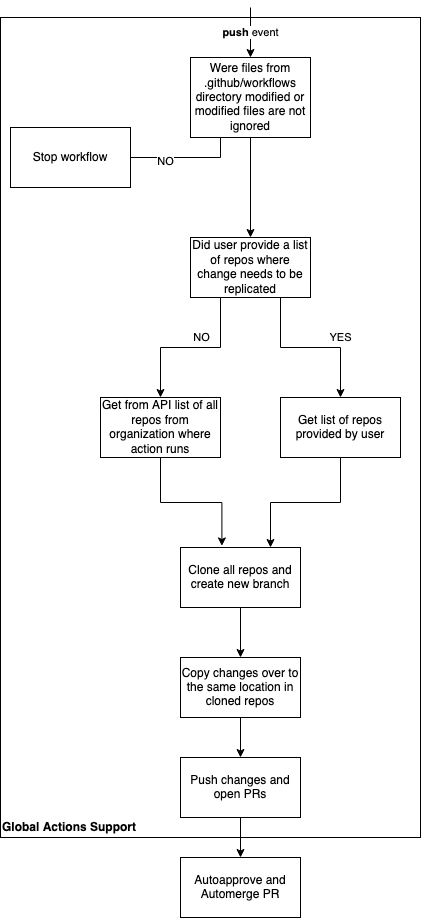
Earlier version of the draw.io export diagram.png (derberg/manage-files-in-multiple-repositories). Source tidied: cells renumbered, new cells last; positions are measured from the earlier drawing's top-left corner, leaving out a move shared by most shapes.
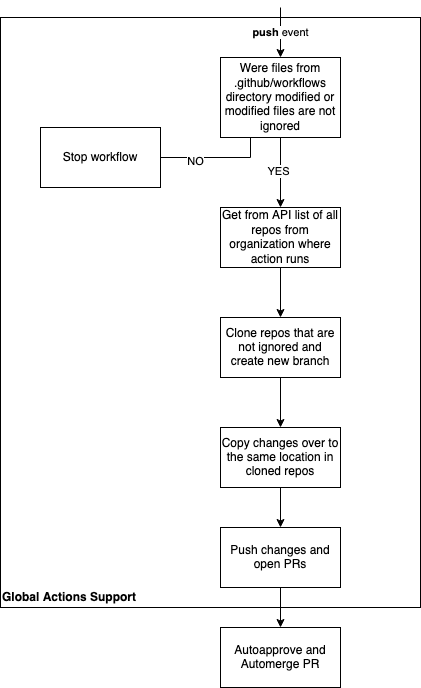
After the commit.

Commit message:
feat: add support for list of repos that should be ignored

Change to the diagram source:
```diff
@@ -21,71 +21,49 @@
     <mxCell id="5" value="NO" style="edgeLabel;html=1;align=center;verticalAlign=middle;" parent="4" vertex="1">
       <mxGeometry x="0.27" y="3" relative="1" as="geometry" />
     </mxCell>
-    <mxCell id="6" style="edgeStyle=orthogonalEdgeStyle;rounded=0;jettySize=auto;html=1;entryX=0.5;entryY=0;entryDx=0;entryDy=0;" parent="1" edge="1" source="7" target="13">
+    <mxCell id="6" style="edgeStyle=orthogonalEdgeStyle;rounded=0;jettySize=auto;html=1;entryX=0.5;entryY=0;entryDx=0;entryDy=0;" parent="1" edge="1" source="7" target="15">
       <mxGeometry relative="1" as="geometry" />
     </mxCell>
+    <mxCell id="12" value="YES" style="edgeLabel;html=1;align=center;verticalAlign=middle;" parent="6" vertex="1">
+      <mxGeometry x="-0.06" y="-3" relative="1" as="geometry" />
+    </mxCell>
     <mxCell id="7" value="Were files from .github/workflows directory modified or modified files are not ignored" style="rounded=0;whiteSpace=wrap;html=1;" parent="1" vertex="1">
       <mxGeometry x="190" y="50" width="120" height="80" as="geometry" />
     </mxCell>
     <mxCell id="8" value="Stop workflow" style="rounded=0;whiteSpace=wrap;html=1;" parent="1" vertex="1">
       <mxGeometry x="10" y="120" width="120" height="60" as="geometry" />
     </mxCell>
-    <mxCell id="9" style="edgeStyle=orthogonalEdgeStyle;rounded=0;jettySize=auto;html=1;exitX=0.25;exitY=1;exitDx=0;exitDy=0;entryX=0.5;entryY=0;entryDx=0;entryDy=0;" parent="1" edge="1" source="13" target="15">
-      <mxGeometry relative="1" as="geometry" />
-    </mxCell>
-    <mxCell id="10" value="NO" style="edgeLabel;html=1;align=center;verticalAlign=middle;" parent="9" vertex="1">
-      <mxGeometry x="-0.37" y="-10" relative="1" as="geometry">
-        <mxPoint x="-19.5" y="-0.1" as="offset" />
-      </mxGeometry>
-    </mxCell>
-    <mxCell id="11" style="edgeStyle=orthogonalEdgeStyle;rounded=0;jettySize=auto;html=1;exitX=0.75;exitY=1;exitDx=0;exitDy=0;entryX=0.5;entryY=0;entryDx=0;entryDy=0;" parent="1" edge="1" source="13" target="17">
-      <mxGeometry relative="1" as="geometry" />
-    </mxCell>
-    <mxCell id="12" value="YES" style="edgeLabel;html=1;align=center;verticalAlign=middle;" parent="11" vertex="1">
-      <mxGeometry x="0.35" y="2" relative="1" as="geometry">
-        <mxPoint x="1.8" y="-8.1" as="offset" />
-      </mxGeometry>
-    </mxCell>
-    <mxCell id="13" value="Did user provide a list of repos where change needs to be replicated" style="rounded=0;whiteSpace=wrap;html=1;" parent="1" vertex="1">
-      <mxGeometry x="190" y="230" width="120" height="60" as="geometry" />
-    </mxCell>
-    <mxCell id="14" style="edgeStyle=orthogonalEdgeStyle;rounded=0;jettySize=auto;html=1;exitX=0.5;exitY=1;exitDx=0;exitDy=0;entryX=0.345;entryY=-0.026;entryDx=0;entryDy=0;entryPerimeter=0;" parent="1" edge="1" source="15" target="18">
+    <mxCell id="14" style="edgeStyle=orthogonalEdgeStyle;rounded=0;jettySize=auto;html=1;exitX=0.5;exitY=1;exitDx=0;exitDy=0;entryX=0.5;entryY=0;entryDx=0;entryDy=0;" parent="1" edge="1" source="15" target="18">
       <mxGeometry relative="1" as="geometry" />
     </mxCell>
     <mxCell id="15" value="Get from API list of all repos from organization where action runs" style="rounded=0;whiteSpace=wrap;html=1;" parent="1" vertex="1">
-      <mxGeometry x="100" y="390" width="120" height="60" as="geometry" />
+      <mxGeometry x="190" y="200" width="120" height="60" as="geometry" />
     </mxCell>
-    <mxCell id="16" style="edgeStyle=orthogonalEdgeStyle;rounded=0;jettySize=auto;html=1;exitX=0.5;exitY=1;exitDx=0;exitDy=0;entryX=0.75;entryY=0;entryDx=0;entryDy=0;" parent="1" edge="1" source="17" target="18">
-      <mxGeometry relative="1" as="geometry" />
-    </mxCell>
-    <mxCell id="17" value="Get list of repos provided by user" style="rounded=0;whiteSpace=wrap;html=1;" parent="1" vertex="1">
-      <mxGeometry x="280" y="390" width="120" height="60" as="geometry" />
-    </mxCell>
-    <mxCell id="18" value="Clone all repos and create new branch" style="rounded=0;whiteSpace=wrap;html=1;" parent="1" vertex="1">
-      <mxGeometry x="180" y="540" width="120" height="60" as="geometry" />
+    <mxCell id="18" value="Clone repos that are not ignored and create new branch" style="rounded=0;whiteSpace=wrap;html=1;" parent="1" vertex="1">
+      <mxGeometry x="190" y="310" width="120" height="60" as="geometry" />
     </mxCell>
     <mxCell id="19" style="edgeStyle=orthogonalEdgeStyle;rounded=0;jettySize=auto;html=1;exitX=0.5;exitY=1;exitDx=0;exitDy=0;entryX=0.5;entryY=0;entryDx=0;entryDy=0;" parent="1" edge="1" target="21">
       <mxGeometry relative="1" as="geometry">
-        <mxPoint x="240" y="600" as="sourcePoint" />
+        <mxPoint x="250" y="370" as="sourcePoint" />
       </mxGeometry>
     </mxCell>
     <mxCell id="20" style="edgeStyle=orthogonalEdgeStyle;rounded=0;jettySize=auto;html=1;exitX=0.5;exitY=1;exitDx=0;exitDy=0;entryX=0.5;entryY=0;entryDx=0;entryDy=0;" parent="1" edge="1" source="21" target="23">
       <mxGeometry relative="1" as="geometry" />
     </mxCell>
     <mxCell id="21" value="Copy changes over to the same location in cloned repos" style="rounded=0;whiteSpace=wrap;html=1;" parent="1" vertex="1">
-      <mxGeometry x="180" y="650" width="120" height="60" as="geometry" />
+      <mxGeometry x="190" y="420" width="120" height="60" as="geometry" />
     </mxCell>
     <mxCell id="22" style="edgeStyle=orthogonalEdgeStyle;rounded=0;jettySize=auto;html=1;exitX=0.5;exitY=1;exitDx=0;exitDy=0;entryX=0.5;entryY=0;entryDx=0;entryDy=0;" parent="1" edge="1" source="23" target="25">
       <mxGeometry relative="1" as="geometry" />
     </mxCell>
     <mxCell id="23" value="Push changes and open PRs" style="rounded=0;whiteSpace=wrap;html=1;" parent="1" vertex="1">
-      <mxGeometry x="180" y="750" width="120" height="60" as="geometry" />
+      <mxGeometry x="190" y="520" width="120" height="60" as="geometry" />
     </mxCell>
     <mxCell id="24" value="&lt;div align=&quot;left&quot;&gt;&lt;b&gt;Global Actions Support&lt;/b&gt;&lt;br&gt;&lt;/div&gt;" style="rounded=0;whiteSpace=wrap;html=1;fillColor=none;align=left;verticalAlign=bottom;" parent="1" vertex="1">
-      <mxGeometry y="10" width="420" height="820" as="geometry" />
+      <mxGeometry x="-30" y="10" width="420" height="590" as="geometry" />
     </mxCell>
     <mxCell id="25" value="Autoapprove and Automerge PR" style="rounded=0;whiteSpace=wrap;html=1;fillColor=none;" parent="1" vertex="1">
-      <mxGeometry x="180" y="850" width="120" height="60" as="geometry" />
+      <mxGeometry x="190" y="620" width="120" height="60" as="geometry" />
     </mxCell>
   </root>
 </mxGraphModel>
```
